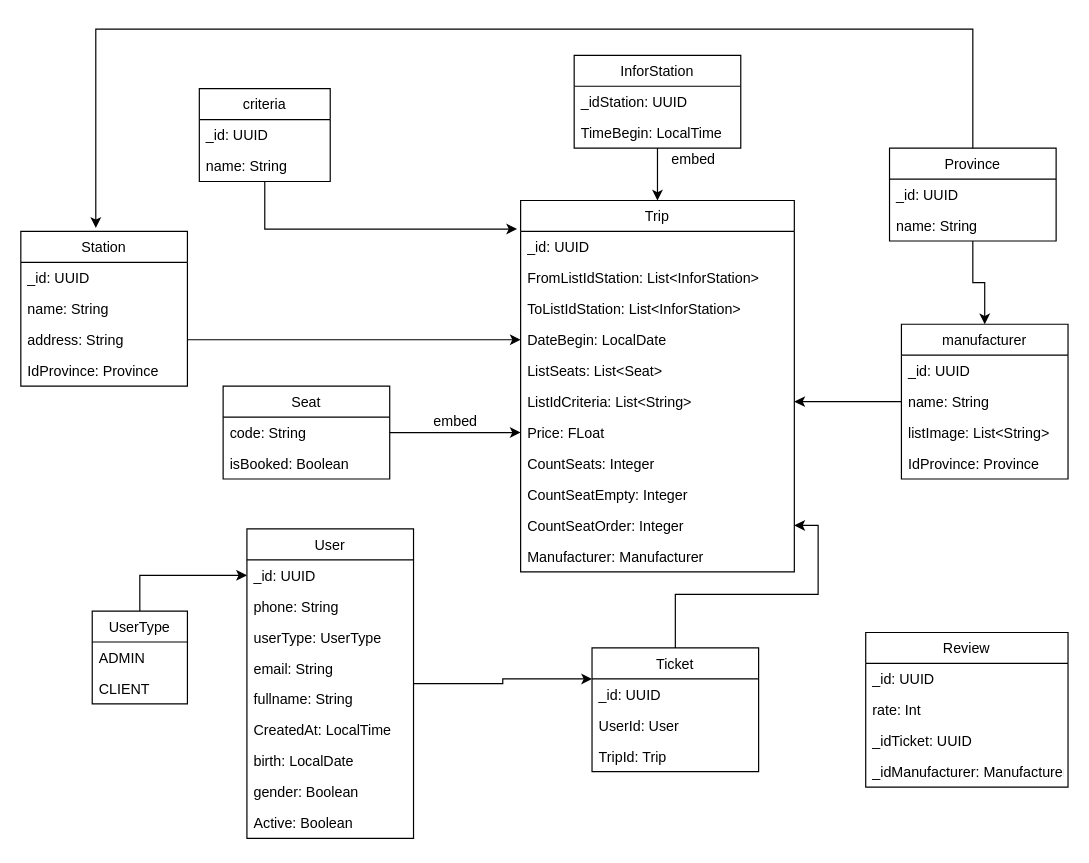
quannguyen1999/manage-disks keeps this draw.io diagram as Untitled Diagram.drawio. Above is the earlier version. Source tidied: cells renumbered, new cells numbered last; positions are measured from the earlier drawing's top-left corner, leaving out a move shared by most shapes. Both pictures are drawn from the tidied source at 119%, with x=0, y=0 at pixel (20, 29).
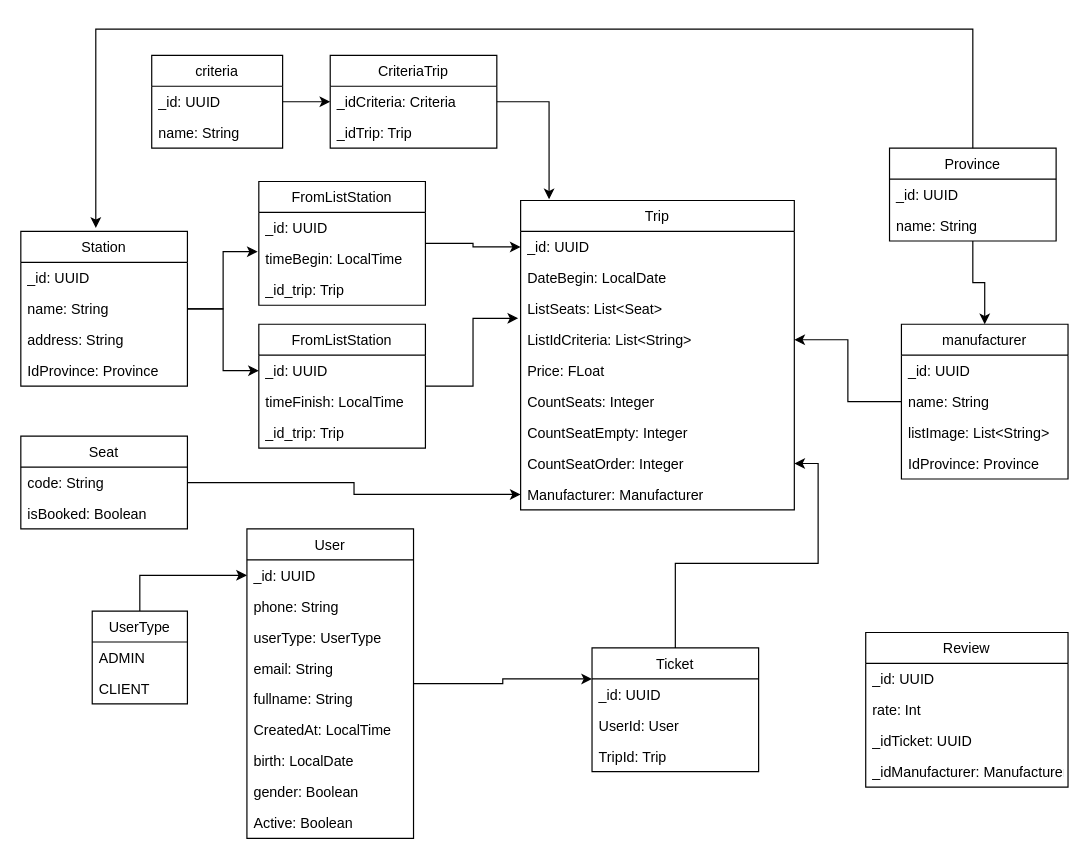
The same page after the edit.

Unchanged cells that the change refers to:
```xml
<mxCell id="4" value="_id: UUID" style="text;strokeColor=none;fillColor=none;align=left;verticalAlign=top;spacingLeft=4;spacingRight=4;overflow=hidden;points=[[0,0.5],[1,0.5]];portConstraint=eastwest;" parent="3" vertex="1">
  <mxGeometry y="26" width="230" height="26" as="geometry" />
</mxCell>
<mxCell id="46" value="Station" style="swimlane;fontStyle=0;horizontal=1;startSize=26;fillColor=none;" parent="1" vertex="1">
  <mxGeometry y="170" width="140" height="130" as="geometry" />
</mxCell>
```

What changed in the source:
```diff
@@
     <mxCell id="3" value="Trip" style="swimlane;fontStyle=0;horizontal=1;startSize=26;fillColor=none;" parent="1" vertex="1">
-      <mxGeometry x="420" y="144" width="230" height="312" as="geometry" />
+      <mxGeometry x="420" y="144" width="230" height="260" as="geometry" />
     </mxCell>
@@
-    <mxCell id="5" value="FromListIdStation: List&lt;InforStation&gt;" style="text;strokeColor=none;fillColor=none;align=left;verticalAlign=top;spacingLeft=4;spacingRight=4;overflow=hidden;" parent="3" vertex="1">
-      <mxGeometry y="52" width="230" height="26" as="geometry" />
-    </mxCell>
-    <mxCell id="6" value="ToListIdStation: List&lt;InforStation&gt;" style="text;strokeColor=none;fillColor=none;align=left;verticalAlign=top;spacingLeft=4;spacingRight=4;overflow=hidden;" parent="3" vertex="1">
-      <mxGeometry y="78" width="230" height="26" as="geometry" />
-    </mxCell>
     <mxCell id="7" value="DateBegin: LocalDate" style="text;strokeColor=none;fillColor=none;align=left;verticalAlign=top;spacingLeft=4;spacingRight=4;overflow=hidden;points=[[0,0.5],[1,0.5]];portConstraint=eastwest;" parent="3" vertex="1">
-      <mxGeometry y="104" width="230" height="26" as="geometry" />
+      <mxGeometry y="52" width="230" height="26" as="geometry" />
     </mxCell>
     <mxCell id="8" value="ListSeats: List&lt;Seat&gt;" style="text;strokeColor=none;fillColor=none;align=left;verticalAlign=top;spacingLeft=4;spacingRight=4;overflow=hidden;points=[[0,0.5],[1,0.5]];portConstraint=eastwest;" parent="3" vertex="1">
-      <mxGeometry y="130" width="230" height="26" as="geometry" />
+      <mxGeometry y="78" width="230" height="26" as="geometry" />
     </mxCell>
     <mxCell id="9" value="ListIdCriteria: List&lt;String&gt;" style="text;strokeColor=none;fillColor=none;align=left;verticalAlign=top;spacingLeft=4;spacingRight=4;overflow=hidden;points=[[0,0.5],[1,0.5]];portConstraint=eastwest;" parent="3" vertex="1">
-      <mxGeometry y="156" width="230" height="26" as="geometry" />
+      <mxGeometry y="104" width="230" height="26" as="geometry" />
     </mxCell>
     <mxCell id="10" value="Price: FLoat" style="text;strokeColor=none;fillColor=none;align=left;verticalAlign=top;spacingLeft=4;spacingRight=4;overflow=hidden;points=[[0,0.5],[1,0.5]];portConstraint=eastwest;" parent="3" vertex="1">
-      <mxGeometry y="182" width="230" height="26" as="geometry" />
+      <mxGeometry y="130" width="230" height="26" as="geometry" />
     </mxCell>
     <mxCell id="11" value="CountSeats: Integer" style="text;strokeColor=none;fillColor=none;align=left;verticalAlign=top;spacingLeft=4;spacingRight=4;overflow=hidden;" parent="3" vertex="1">
-      <mxGeometry y="208" width="230" height="26" as="geometry" />
+      <mxGeometry y="156" width="230" height="26" as="geometry" />
     </mxCell>
     <mxCell id="12" value="CountSeatEmpty: Integer" style="text;strokeColor=none;fillColor=none;align=left;verticalAlign=top;spacingLeft=4;spacingRight=4;overflow=hidden;" parent="3" vertex="1">
-      <mxGeometry y="234" width="230" height="26" as="geometry" />
+      <mxGeometry y="182" width="230" height="26" as="geometry" />
     </mxCell>
     <mxCell id="13" value="CountSeatOrder: Integer" style="text;strokeColor=none;fillColor=none;align=left;verticalAlign=top;spacingLeft=4;spacingRight=4;overflow=hidden;points=[[0,0.5],[1,0.5]];portConstraint=eastwest;" parent="3" vertex="1">
-      <mxGeometry y="260" width="230" height="26" as="geometry" />
+      <mxGeometry y="208" width="230" height="26" as="geometry" />
     </mxCell>
     <mxCell id="14" value="Manufacturer: Manufacturer" style="text;strokeColor=none;fillColor=none;align=left;verticalAlign=top;spacingLeft=4;spacingRight=4;overflow=hidden;points=[[0,0.5],[1,0.5]];portConstraint=eastwest;" parent="3" vertex="1">
-      <mxGeometry y="286" width="230" height="26" as="geometry" />
+      <mxGeometry y="234" width="230" height="26" as="geometry" />
     </mxCell>
-    <mxCell id="15" style="edgeStyle=orthogonalEdgeStyle;rounded=0;jettySize=auto;html=1;entryX=0;entryY=0.5;entryDx=0;entryDy=0;" parent="1" edge="1" source="46" target="7">
-      <mxGeometry relative="1" as="geometry">
-        <Array as="points">
-          <mxPoint x="300" y="261" />
-          <mxPoint x="300" y="261" />
-        </Array>
-      </mxGeometry>
-    </mxCell>
-    <mxCell id="16" style="edgeStyle=orthogonalEdgeStyle;rounded=0;jettySize=auto;html=1;" parent="1" edge="1" source="43" target="10">
-      <mxGeometry relative="1" as="geometry">
-        <Array as="points">
-          <mxPoint x="280" y="339" />
-          <mxPoint x="280" y="339" />
-        </Array>
-      </mxGeometry>
-    </mxCell>
@@
-    <mxCell id="18" style="edgeStyle=orthogonalEdgeStyle;rounded=0;jettySize=auto;html=1;entryX=-0.013;entryY=-0.077;entryDx=0;entryDy=0;entryPerimeter=0;" parent="1" edge="1" source="40" target="4">
-      <mxGeometry relative="1" as="geometry" />
-    </mxCell>
-    <mxCell id="19" style="edgeStyle=orthogonalEdgeStyle;rounded=0;jettySize=auto;html=1;entryX=0.5;entryY=0;entryDx=0;entryDy=0;" parent="1" edge="1" source="20" target="3">
-      <mxGeometry relative="1" as="geometry" />
-    </mxCell>
-    <mxCell id="20" value="InforStation" style="swimlane;fontStyle=0;horizontal=1;startSize=26;fillColor=none;" parent="1" vertex="1">
-      <mxGeometry x="465" y="22" width="140" height="78" as="geometry" />
-    </mxCell>
-    <mxCell id="21" value="_idStation: UUID" style="text;strokeColor=none;fillColor=none;align=left;verticalAlign=top;spacingLeft=4;spacingRight=4;overflow=hidden;" parent="20" vertex="1">
-      <mxGeometry y="26" width="140" height="26" as="geometry" />
-    </mxCell>
-    <mxCell id="22" value="TimeBegin: LocalTime" style="text;strokeColor=none;fillColor=none;align=left;verticalAlign=top;spacingLeft=4;spacingRight=4;overflow=hidden;" parent="20" vertex="1">
-      <mxGeometry y="52" width="140" height="26" as="geometry" />
-    </mxCell>
@@
-    <mxCell id="25" value="embed" style="text;html=1;align=center;verticalAlign=middle;" parent="1" vertex="1">
-      <mxGeometry x="540" y="100" width="50" height="20" as="geometry" />
-    </mxCell>
-    <mxCell id="26" value="embed" style="text;html=1;align=center;verticalAlign=middle;" parent="1" vertex="1">
-      <mxGeometry x="340" y="320" width="50" height="20" as="geometry" />
-    </mxCell>
@@
+    <mxCell id="70" style="edgeStyle=orthogonalEdgeStyle;rounded=0;jettySize=auto;html=1;entryX=0;entryY=0.5;entryDx=0;entryDy=0;" parent="1" edge="1" source="40" target="86">
+      <mxGeometry relative="1" as="geometry" />
+    </mxCell>
     <mxCell id="40" value="criteria" style="swimlane;fontStyle=0;horizontal=1;startSize=26;fillColor=none;" parent="1" vertex="1">
-      <mxGeometry x="150" y="50" width="110" height="78" as="geometry" />
+      <mxGeometry x="110" y="22" width="110" height="78" as="geometry" />
     </mxCell>
@@
+    <mxCell id="71" style="edgeStyle=orthogonalEdgeStyle;rounded=0;jettySize=auto;html=1;entryX=0;entryY=0.5;entryDx=0;entryDy=0;" parent="1" edge="1" source="43" target="14">
+      <mxGeometry relative="1" as="geometry" />
+    </mxCell>
     <mxCell id="43" value="Seat" style="swimlane;fontStyle=0;horizontal=1;startSize=26;fillColor=none;" parent="1" vertex="1">
-      <mxGeometry x="170" y="300" width="140" height="78" as="geometry" />
+      <mxGeometry y="342" width="140" height="78" as="geometry" />
     </mxCell>
@@
+    <mxCell id="72" style="edgeStyle=orthogonalEdgeStyle;rounded=0;jettySize=auto;html=1;entryX=-0.007;entryY=0.269;entryDx=0;entryDy=0;entryPerimeter=0;" parent="1" edge="1" source="46" target="77">
+      <mxGeometry relative="1" as="geometry" />
+    </mxCell>
+    <mxCell id="73" style="edgeStyle=orthogonalEdgeStyle;rounded=0;jettySize=auto;html=1;entryX=0;entryY=0.5;entryDx=0;entryDy=0;" parent="1" edge="1" source="46" target="81">
+      <mxGeometry relative="1" as="geometry" />
+    </mxCell>
@@
+    <mxCell id="74" style="edgeStyle=orthogonalEdgeStyle;rounded=0;jettySize=auto;html=1;entryX=0;entryY=0.5;entryDx=0;entryDy=0;" parent="1" edge="1" source="75" target="4">
+      <mxGeometry relative="1" as="geometry" />
+    </mxCell>
+    <mxCell id="75" value="FromListStation" style="swimlane;fontStyle=0;horizontal=1;startSize=26;fillColor=none;" parent="1" vertex="1">
+      <mxGeometry x="200" y="128" width="140" height="104" as="geometry" />
+    </mxCell>
+    <mxCell id="76" value="_id: UUID" style="text;strokeColor=none;fillColor=none;align=left;verticalAlign=top;spacingLeft=4;spacingRight=4;overflow=hidden;" parent="75" vertex="1">
+      <mxGeometry y="26" width="140" height="26" as="geometry" />
+    </mxCell>
+    <mxCell id="77" value="timeBegin: LocalTime" style="text;strokeColor=none;fillColor=none;align=left;verticalAlign=top;spacingLeft=4;spacingRight=4;overflow=hidden;points=[[0,0.5],[1,0.5]];portConstraint=eastwest;" parent="75" vertex="1">
+      <mxGeometry y="52" width="140" height="26" as="geometry" />
+    </mxCell>
+    <mxCell id="78" value="_id_trip: Trip" style="text;strokeColor=none;fillColor=none;align=left;verticalAlign=top;spacingLeft=4;spacingRight=4;overflow=hidden;" parent="75" vertex="1">
+      <mxGeometry y="78" width="140" height="26" as="geometry" />
+    </mxCell>
+    <mxCell id="79" style="edgeStyle=orthogonalEdgeStyle;rounded=0;jettySize=auto;html=1;entryX=-0.009;entryY=0.808;entryDx=0;entryDy=0;entryPerimeter=0;" parent="1" edge="1" source="80" target="8">
+      <mxGeometry relative="1" as="geometry" />
+    </mxCell>
+    <mxCell id="80" value="FromListStation" style="swimlane;fontStyle=0;horizontal=1;startSize=26;fillColor=none;" parent="1" vertex="1">
+      <mxGeometry x="200" y="248" width="140" height="104" as="geometry" />
+    </mxCell>
+    <mxCell id="81" value="_id: UUID" style="text;strokeColor=none;fillColor=none;align=left;verticalAlign=top;spacingLeft=4;spacingRight=4;overflow=hidden;points=[[0,0.5],[1,0.5]];portConstraint=eastwest;" parent="80" vertex="1">
+      <mxGeometry y="26" width="140" height="26" as="geometry" />
+    </mxCell>
+    <mxCell id="82" value="timeFinish: LocalTime" style="text;strokeColor=none;fillColor=none;align=left;verticalAlign=top;spacingLeft=4;spacingRight=4;overflow=hidden;" parent="80" vertex="1">
+      <mxGeometry y="52" width="140" height="26" as="geometry" />
+    </mxCell>
+    <mxCell id="83" value="_id_trip: Trip" style="text;strokeColor=none;fillColor=none;align=left;verticalAlign=top;spacingLeft=4;spacingRight=4;overflow=hidden;" parent="80" vertex="1">
+      <mxGeometry y="78" width="140" height="26" as="geometry" />
+    </mxCell>
+    <mxCell id="84" style="edgeStyle=orthogonalEdgeStyle;rounded=0;jettySize=auto;html=1;entryX=0.104;entryY=-0.004;entryDx=0;entryDy=0;entryPerimeter=0;" parent="1" edge="1" source="85" target="3">
+      <mxGeometry relative="1" as="geometry" />
+    </mxCell>
+    <mxCell id="85" value="CriteriaTrip" style="swimlane;fontStyle=0;horizontal=1;startSize=26;fillColor=none;" parent="1" vertex="1">
+      <mxGeometry x="260" y="22" width="140" height="78" as="geometry" />
+    </mxCell>
+    <mxCell id="86" value="_idCriteria: Criteria" style="text;strokeColor=none;fillColor=none;align=left;verticalAlign=top;spacingLeft=4;spacingRight=4;overflow=hidden;points=[[0,0.5],[1,0.5]];portConstraint=eastwest;" parent="85" vertex="1">
+      <mxGeometry y="26" width="140" height="26" as="geometry" />
+    </mxCell>
+    <mxCell id="87" value="_idTrip: Trip" style="text;strokeColor=none;fillColor=none;align=left;verticalAlign=top;spacingLeft=4;spacingRight=4;overflow=hidden;" parent="85" vertex="1">
+      <mxGeometry y="52" width="140" height="26" as="geometry" />
+    </mxCell>
```
